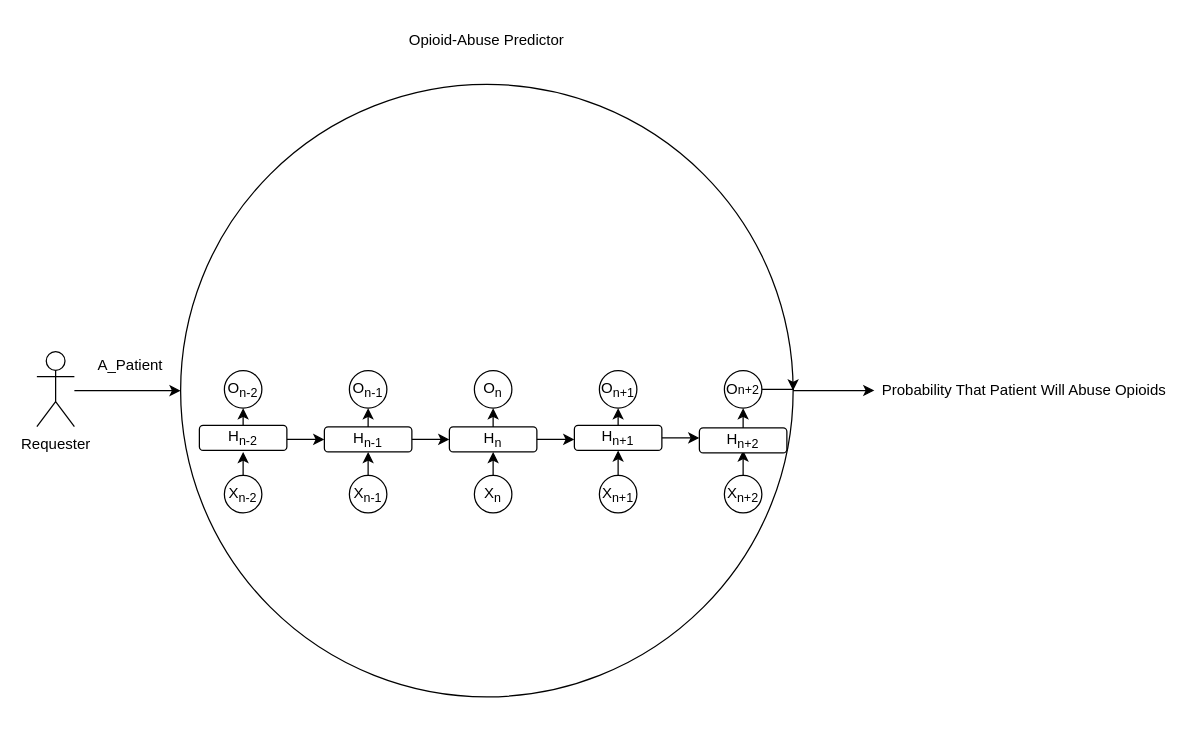
The draw.io diagram page "Page-1" (1 of 2) of System_Analysis/Implementation_Diagram.drawio in tslever/Opioid_Abuse_Predictor, before the edit. Source tidied: cells renumbered, new cells numbered last; positions are measured from the earlier drawing's top-left corner, leaving out a move shared by most shapes. Both pictures are drawn from the tidied source at 125%, with x=0, y=0 at pixel (36, 21).
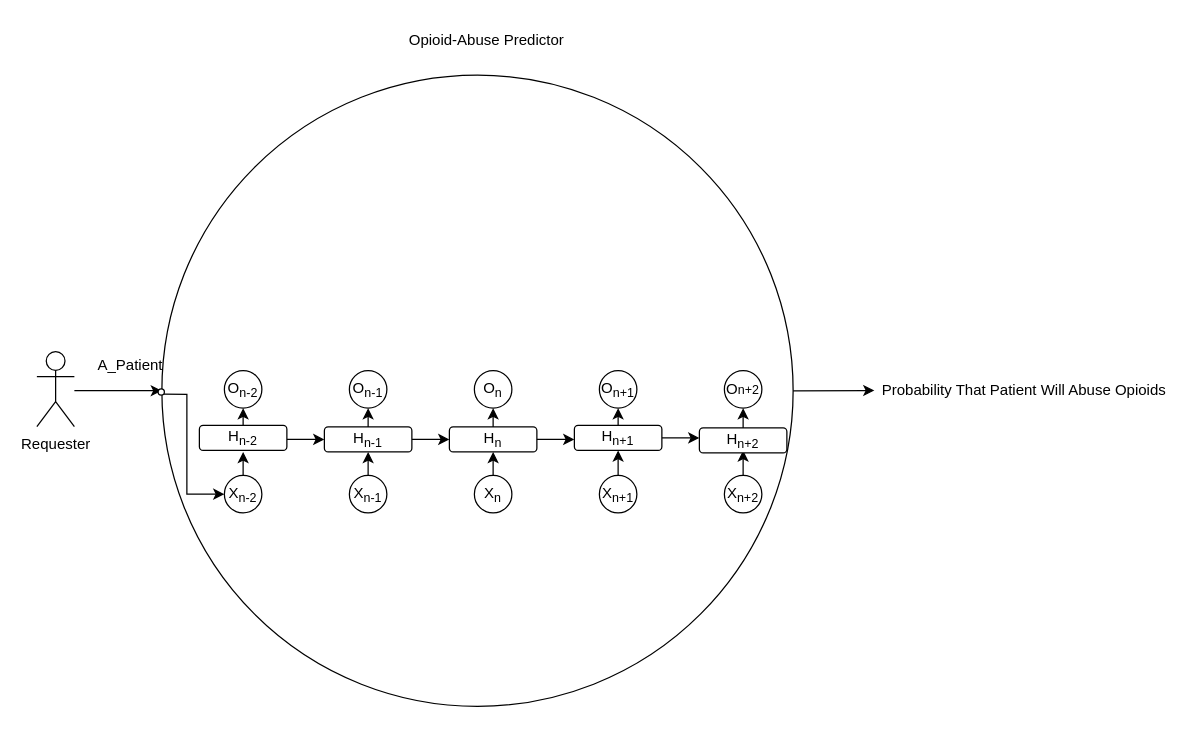
After the change.

Unchanged cells that the change refers to:
```xml
<mxCell id="10" value="X&lt;sub&gt;n-2&lt;/sub&gt;" style="ellipse;whiteSpace=wrap;html=1;" parent="1" vertex="1">
  <mxGeometry x="150" y="362.8" width="30" height="30" as="geometry" />
</mxCell>
<mxCell id="37" value="O&lt;span style=&quot;font-size: 10px;&quot;&gt;n+2&lt;/span&gt;" style="ellipse;whiteSpace=wrap;html=1;" parent="1" vertex="1">
  <mxGeometry x="550" y="279" width="30" height="30" as="geometry" />
</mxCell>
```

The edit, as a diff of the source:
```diff
@@
     <mxCell id="2" style="ellipse;whiteSpace=wrap;html=1;" parent="1" vertex="1">
-      <mxGeometry x="115" y="50" width="490" height="490" as="geometry" />
+      <mxGeometry x="100" y="42.6" width="505" height="505" as="geometry" />
     </mxCell>
@@
-    <mxCell id="36" style="edgeStyle=orthogonalEdgeStyle;rounded=0;jettySize=auto;html=1;exitX=1;exitY=0.5;exitDx=0;exitDy=0;entryX=1;entryY=0.5;entryDx=0;entryDy=0;" parent="1" edge="1" source="37" target="2">
-      <mxGeometry relative="1" as="geometry" />
-    </mxCell>
@@
+    <mxCell id="39" style="edgeStyle=orthogonalEdgeStyle;rounded=0;jettySize=auto;html=1;exitX=1;exitY=1;exitDx=0;exitDy=0;entryX=0;entryY=0.5;entryDx=0;entryDy=0;" parent="1" edge="1" source="40" target="10">
+      <mxGeometry relative="1" as="geometry">
+        <Array as="points">
+          <mxPoint x="120" y="297" />
+          <mxPoint x="120" y="378" />
+        </Array>
+      </mxGeometry>
+    </mxCell>
+    <mxCell id="40" style="ellipse;whiteSpace=wrap;html=1;" parent="1" vertex="1">
+      <mxGeometry x="97" y="293.6" width="5" height="5" as="geometry" />
+    </mxCell>
```
